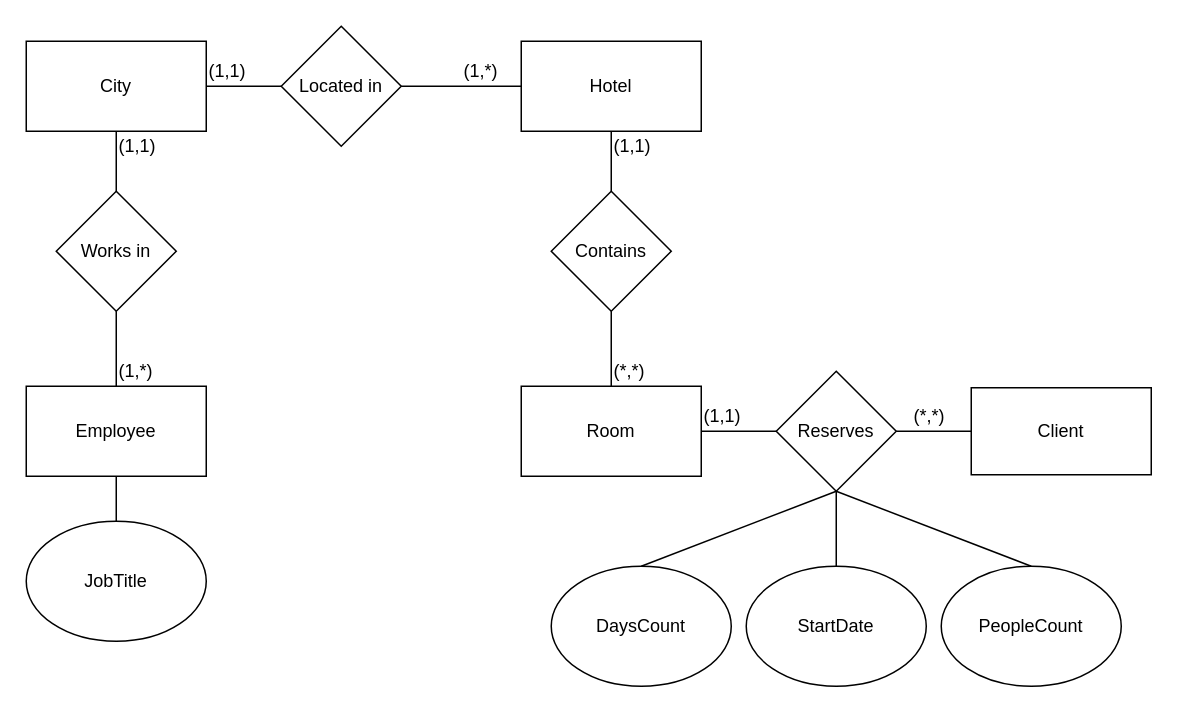
Above: Task1/Task1.drawio in devtot0/FundamentalsOfDatabases (draw.io), before the change. Source tidied: cells renumbered, new cells numbered last; positions are measured from the earlier drawing's top-left corner, leaving out a move shared by most shapes. Both pictures are drawn from the tidied source at 150%, with x=0, y=0 at pixel (26, 26).
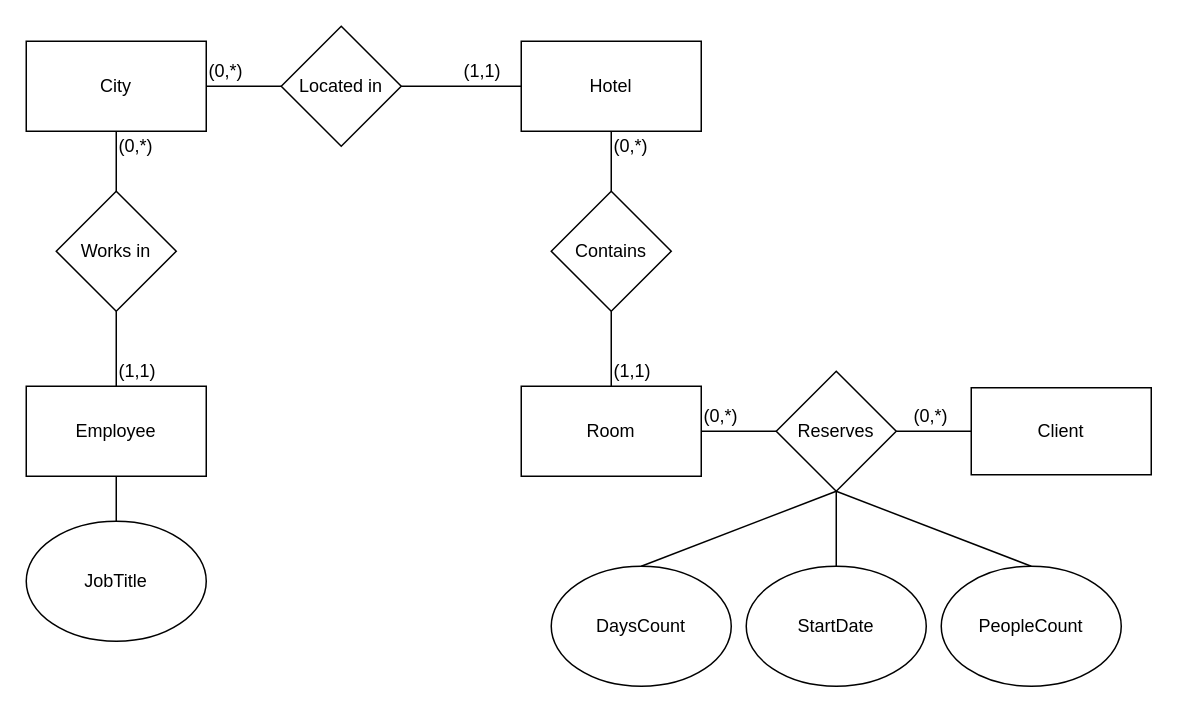
Above is the later version.

Commit message (it also covers changes not shown here):
task 1 i task 2, usuniecie kilku jpg

What changed in the source:
```diff
@@
-    <mxCell id="27" value="(*,*)" style="text;html=1;align=left;verticalAlign=top;spacingTop=-4;" parent="1" vertex="1">
+    <mxCell id="27" value="(1,1)" style="text;html=1;align=left;verticalAlign=top;spacingTop=-4;" parent="1" vertex="1">
       <mxGeometry x="390" y="220" width="40" height="20" as="geometry" />
     </mxCell>
-    <mxCell id="28" value="(1,1)" style="text;html=1;align=left;verticalAlign=top;spacingTop=-4;" parent="1" vertex="1">
+    <mxCell id="28" value="(0,*)" style="text;html=1;align=left;verticalAlign=top;spacingTop=-4;" parent="1" vertex="1">
       <mxGeometry x="390" y="70" width="40" height="20" as="geometry" />
     </mxCell>
-    <mxCell id="29" value="(1,1)" style="text;html=1;align=left;verticalAlign=top;spacingTop=-4;" parent="1" vertex="1">
+    <mxCell id="29" value="(0,*)" style="text;html=1;align=left;verticalAlign=top;spacingTop=-4;" parent="1" vertex="1">
       <mxGeometry x="450" y="250" width="40" height="20" as="geometry" />
     </mxCell>
-    <mxCell id="30" value="(*,*)" style="text;html=1;align=left;verticalAlign=top;spacingTop=-4;" parent="1" vertex="1">
+    <mxCell id="30" value="(0,*)" style="text;html=1;align=left;verticalAlign=top;spacingTop=-4;" parent="1" vertex="1">
       <mxGeometry x="590" y="250" width="40" height="20" as="geometry" />
     </mxCell>
-    <mxCell id="31" value="(1,1)" style="text;html=1;align=left;verticalAlign=top;spacingTop=-4;" parent="1" vertex="1">
+    <mxCell id="31" value="(0,*)" style="text;html=1;align=left;verticalAlign=top;spacingTop=-4;" parent="1" vertex="1">
       <mxGeometry x="60" y="70" width="40" height="20" as="geometry" />
     </mxCell>
-    <mxCell id="32" value="(1,*)" style="text;html=1;align=left;verticalAlign=top;spacingTop=-4;" parent="1" vertex="1">
+    <mxCell id="32" value="(1,1)" style="text;html=1;align=left;verticalAlign=top;spacingTop=-4;" parent="1" vertex="1">
       <mxGeometry x="60" y="220" width="40" height="20" as="geometry" />
     </mxCell>
-    <mxCell id="33" value="(1,*)" style="text;html=1;align=left;verticalAlign=top;spacingTop=-4;" parent="1" vertex="1">
+    <mxCell id="33" value="(1,1)" style="text;html=1;align=left;verticalAlign=top;spacingTop=-4;" parent="1" vertex="1">
       <mxGeometry x="290" y="20" width="40" height="20" as="geometry" />
     </mxCell>
-    <mxCell id="34" value="(1,1)" style="text;html=1;align=left;verticalAlign=top;spacingTop=-4;" parent="1" vertex="1">
+    <mxCell id="34" value="(0,*)" style="text;html=1;align=left;verticalAlign=top;spacingTop=-4;" parent="1" vertex="1">
       <mxGeometry x="120" y="20" width="40" height="20" as="geometry" />
     </mxCell>
```
